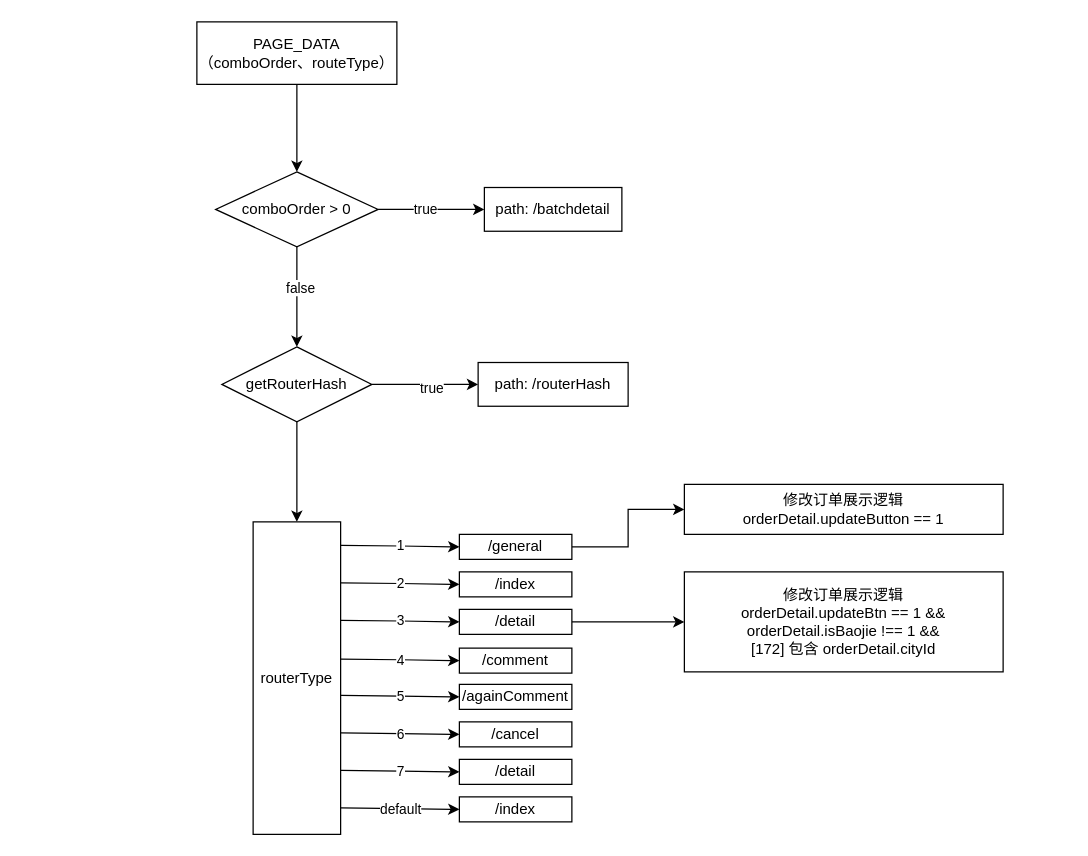
Before: 逻辑.drawio in junyangfan/draw, a draw.io diagram. Source tidied: cells renumbered, new cells numbered last; positions are measured from the earlier drawing's top-left corner, leaving out a move shared by most shapes. Both pictures are drawn from the tidied source at 125%, with x=0, y=0 at pixel (196, 21).
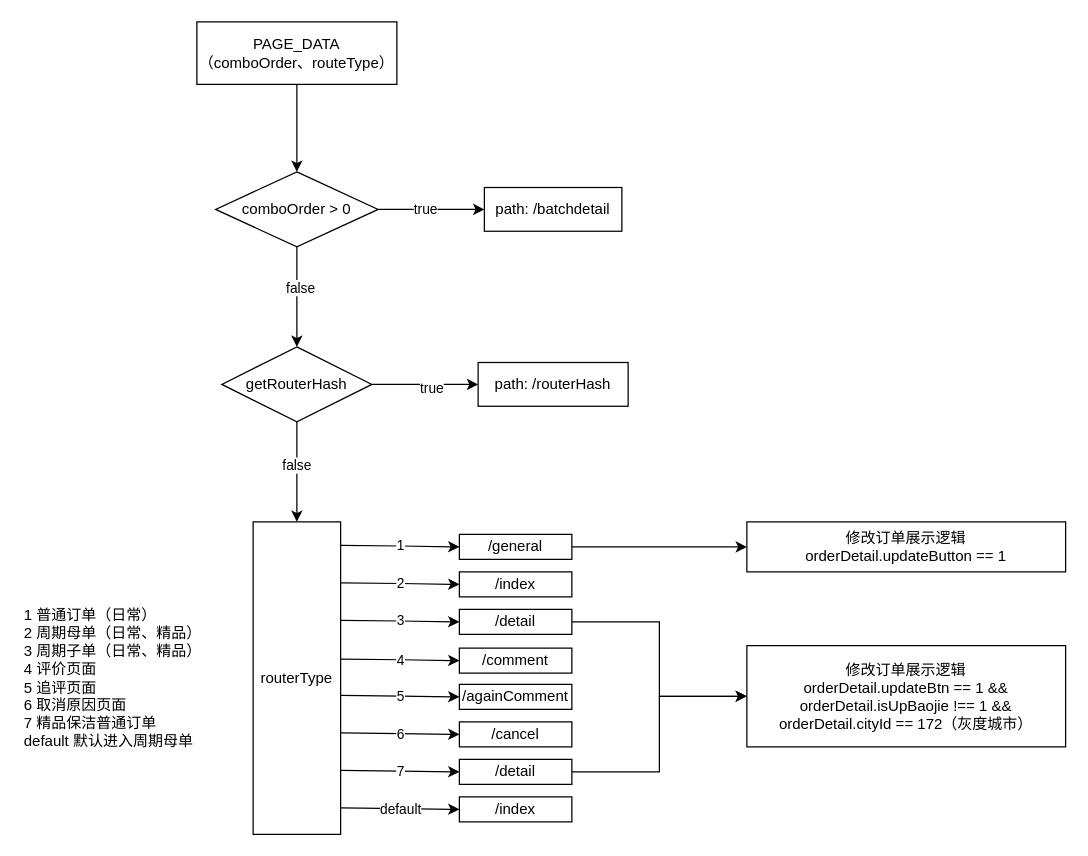
The same page after the edit.

Unchanged cells that the change refers to:
```xml
<mxCell id="12" style="edgeStyle=orthogonalEdgeStyle;rounded=0;jettySize=auto;html=1;" parent="1" edge="1" source="13" target="18">
  <mxGeometry relative="1" as="geometry" />
</mxCell>
<mxCell id="22" value="/detail" style="whiteSpace=wrap;html=1;" parent="1" vertex="1">
  <mxGeometry x="210" y="470" width="90" height="20" as="geometry" />
</mxCell>
<mxCell id="30" value="/detail" style="whiteSpace=wrap;html=1;" parent="1" vertex="1">
  <mxGeometry x="210" y="590" width="90" height="20" as="geometry" />
</mxCell>
```

Change to the diagram source:
```diff
@@
+    <mxCell id="36" value="false" style="edgeLabel;html=1;align=center;verticalAlign=middle;" parent="12" vertex="1">
+      <mxGeometry x="-0.14" y="-1" relative="1" as="geometry" />
+    </mxCell>
@@
-    <mxCell id="21" style="edgeStyle=orthogonalEdgeStyle;rounded=0;jettySize=auto;html=1;" parent="1" edge="1" source="22" target="35">
+    <mxCell id="21" style="edgeStyle=orthogonalEdgeStyle;rounded=0;jettySize=auto;html=1;entryX=0;entryY=0.5;entryDx=0;entryDy=0;" parent="1" edge="1" source="22" target="35">
       <mxGeometry relative="1" as="geometry" />
     </mxCell>
@@
+    <mxCell id="37" style="edgeStyle=orthogonalEdgeStyle;rounded=0;jettySize=auto;html=1;entryX=0;entryY=0.5;entryDx=0;entryDy=0;" parent="1" edge="1" source="30" target="35">
+      <mxGeometry relative="1" as="geometry" />
+    </mxCell>
@@
     <mxCell id="34" value="修改订单展示逻辑&lt;div&gt;orderDetail.updateButton == 1&lt;/div&gt;" style="whiteSpace=wrap;html=1;" parent="1" vertex="1">
-      <mxGeometry x="390" y="370" width="255" height="40" as="geometry" />
+      <mxGeometry x="440" y="400" width="255" height="40" as="geometry" />
     </mxCell>
-    <mxCell id="35" value="修改订单展示逻辑&lt;div&gt;orderDetail.updateBtn == 1 &amp;amp;&amp;amp;&lt;/div&gt;&lt;div&gt;orderDetail.isBaojie !== 1 &amp;amp;&amp;amp;&lt;/div&gt;&lt;div&gt;[172] 包含 orderDetail.cityId&lt;/div&gt;" style="whiteSpace=wrap;html=1;" parent="1" vertex="1">
-      <mxGeometry x="390" y="440" width="255" height="80" as="geometry" />
+    <mxCell id="35" value="修改订单展示逻辑&lt;div&gt;orderDetail.updateBtn == 1 &amp;amp;&amp;amp;&lt;/div&gt;&lt;div&gt;orderDetail.isUpBaojie !== 1 &amp;amp;&amp;amp;&lt;/div&gt;&lt;div&gt;orderDetail.cityId == 172（灰度城市）&lt;/div&gt;" style="whiteSpace=wrap;html=1;align=center;" parent="1" vertex="1">
+      <mxGeometry x="440" y="499" width="255" height="81" as="geometry" />
     </mxCell>
+    <mxCell id="38" value="&lt;div&gt;1 普通订单（日常）&lt;/div&gt;&lt;div&gt;2 周期母单（日常、精品）&lt;/div&gt;&lt;div&gt;3 周期子单（日常、精品）&lt;/div&gt;&lt;div&gt;4 评价页面&lt;/div&gt;&lt;div&gt;5 追评页面&lt;/div&gt;&lt;div&gt;6 取消原因页面&lt;/div&gt;&lt;div&gt;7 精品保洁普通订单&lt;/div&gt;&lt;div style=&quot;&quot;&gt;default 默认进入周期母单&lt;/div&gt;" style="text;html=1;align=left;verticalAlign=middle;strokeColor=none;fillColor=none;" parent="1" vertex="1">
+      <mxGeometry x="-140" y="460" width="170" height="130" as="geometry" />
+    </mxCell>
```
